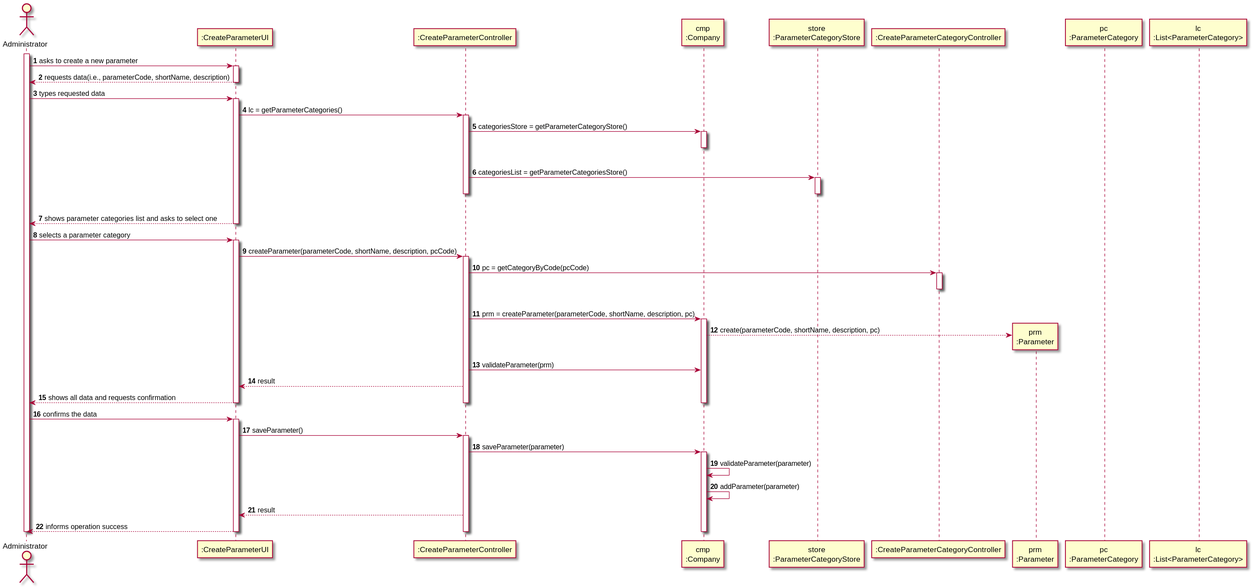
Before: docs/SprintB/US_10/US010_SD.svg, a diagram exported from PlantUML (ana-albergaria/LAPR2-ISEP).
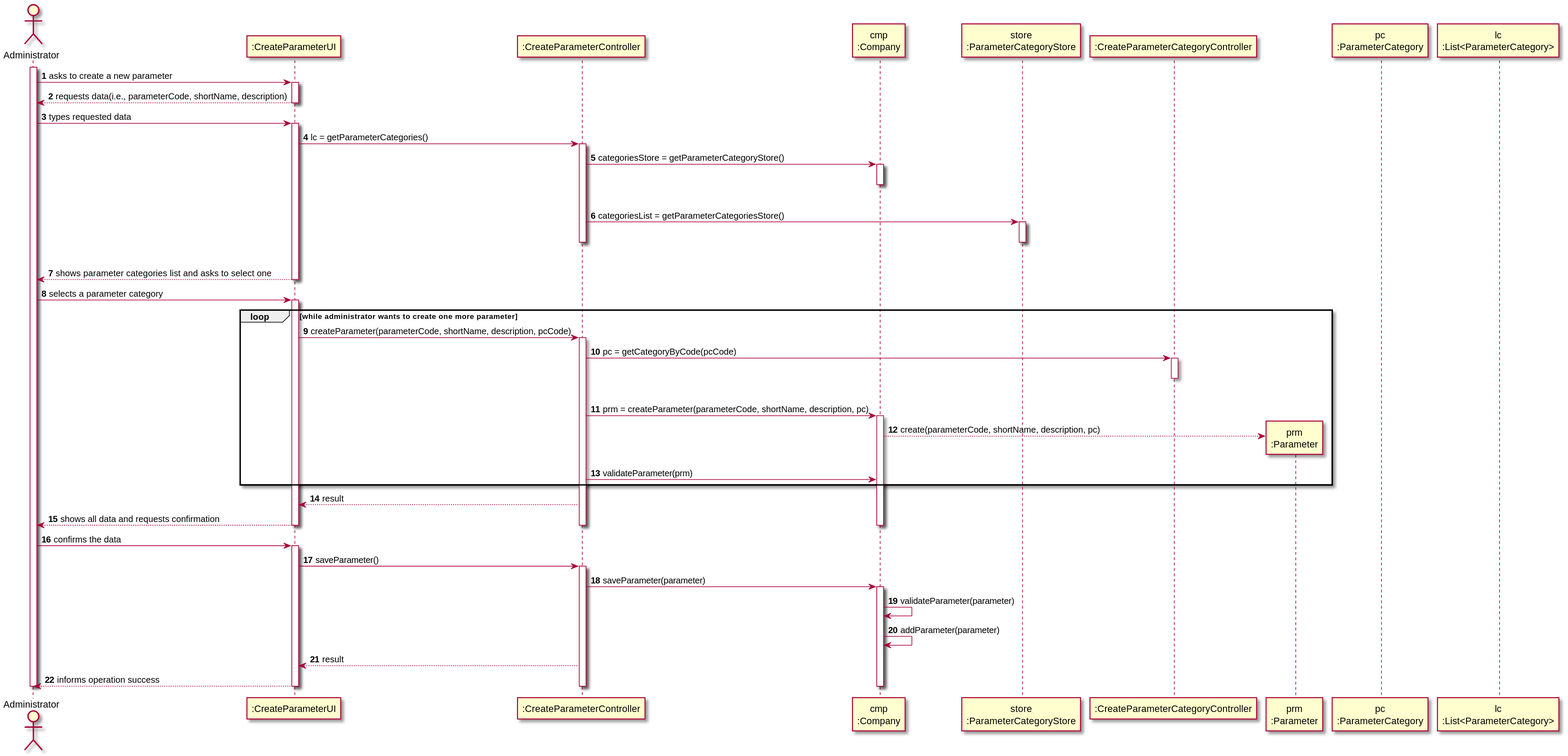
After the commit.

Diff of the diagram source:
```diff
@@ -40,6 +40,7 @@
 ADM -> UI : selects a parameter category
 activate UI
 
+loop while administrator wants to create one more parameter
 UI -> CTRL : createParameter(parameterCode, shortName, description, pcCode)
 activate CTRL
 
@@ -53,6 +54,8 @@
 
 CMP --> PRM**: create(parameterCode, shortName, description, pc)
 CTRL -> CMP: validateParameter(prm)
+end
+
 
 CTRL --> UI: result
 
```
